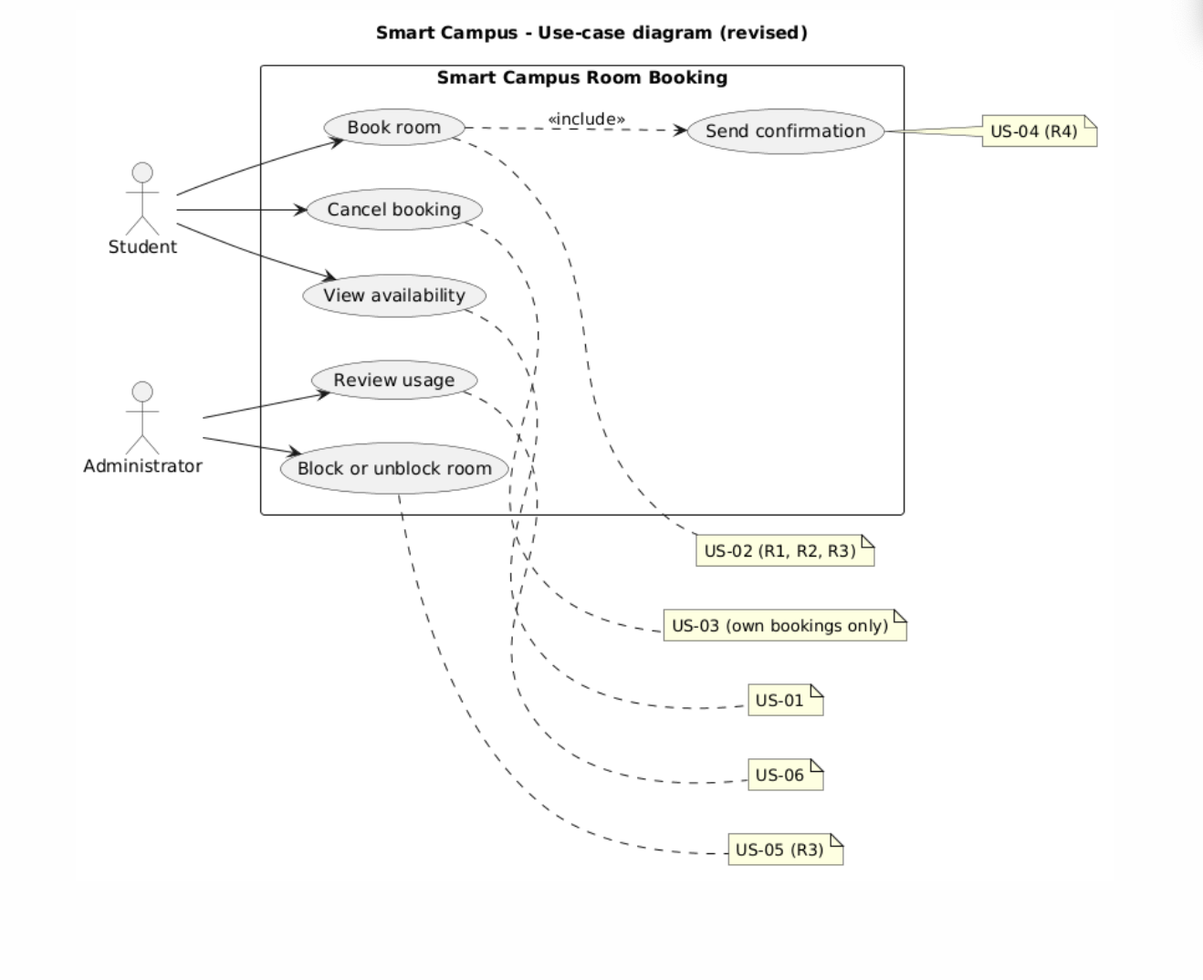
The PlantUML diagram week-04/models/img/use-case.png in Arseen04/se-practice, before a commit. Its source is kept beside it as week-04/models/use-case.puml. The source it was exported from:
```plantuml
@startuml
title Smart Campus - Use-case diagram (revised)
left to right direction

actor Student
actor Administrator

rectangle "Smart Campus Room Booking" {
  usecase "View availability"      as UC1
  usecase "Book room"              as UC2
  usecase "Cancel booking"         as UC3
  usecase "Block or unblock room"  as UC4
  usecase "Review usage"           as UC5
  usecase "Send confirmation"      as UC6

  UC2 ..> UC6 : <<include>>
}

Student --> UC1
Student --> UC2
Student --> UC3

Administrator --> UC4
Administrator --> UC5

note right of UC1 : US-01
note right of UC2 : US-02 (R1, R2, R3)
note right of UC3 : US-03 (own bookings only)
note right of UC4 : US-05 (R3)
note right of UC5 : US-06
note right of UC6 : US-04 (R4)

@enduml
```
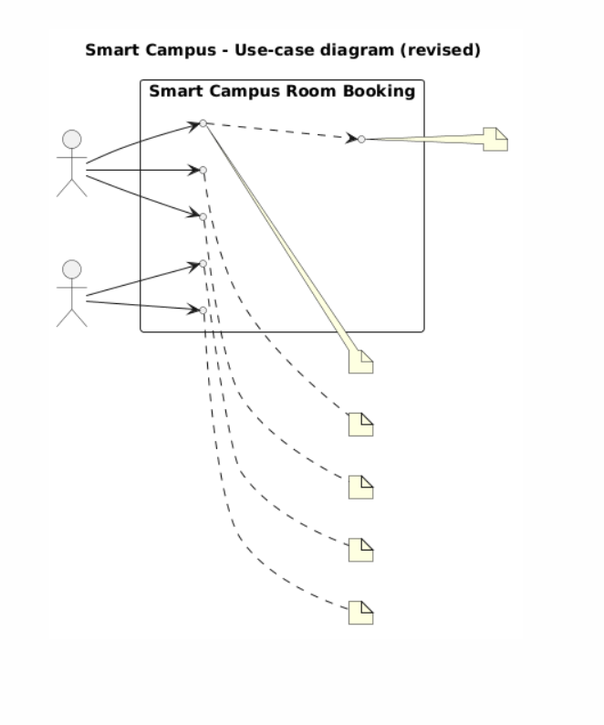
Above is the later version.

What changed in the source:
```diff
@@ -25,7 +25,7 @@
 
 note right of UC1 : US-01
 note right of UC2 : US-02 (R1, R2, R3)
-note right of UC3 : US-03 (own bookings only)
+note right of UC3 : US-03 (R2; own bookings only)
 note right of UC4 : US-05 (R3)
 note right of UC5 : US-06
 note right of UC6 : US-04 (R4)
```
